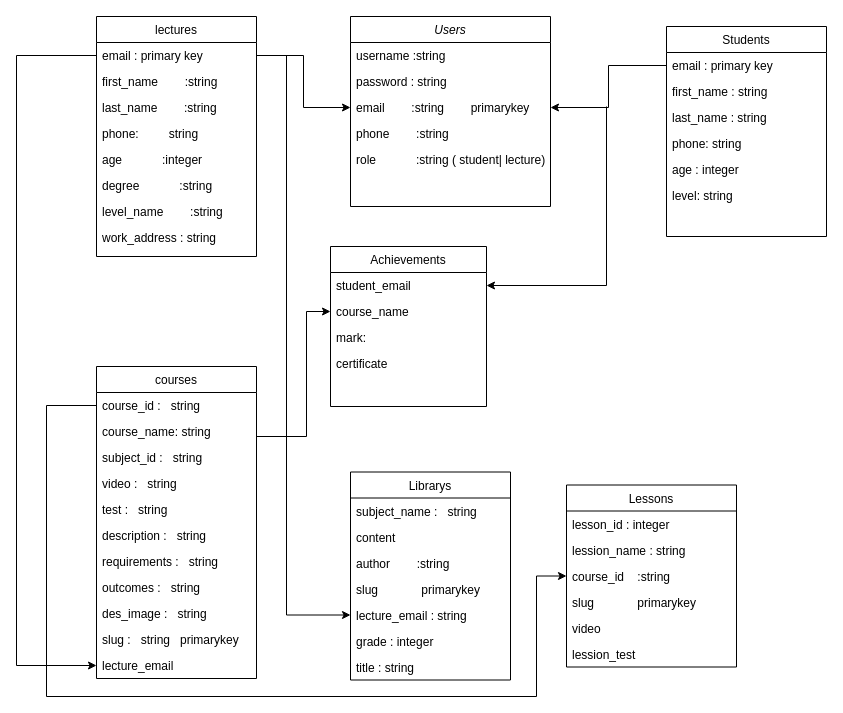
luongminh2111/Web-e-learning keeps this draw.io diagram as Untitled Diagram.drawio. Above is the earlier version. Source tidied: cells renumbered, new cells numbered last; positions are measured from the earlier drawing's top-left corner, leaving out a move shared by most shapes. Both pictures are drawn from the tidied source at 100%, with x=0, y=0 at pixel (16, 16).
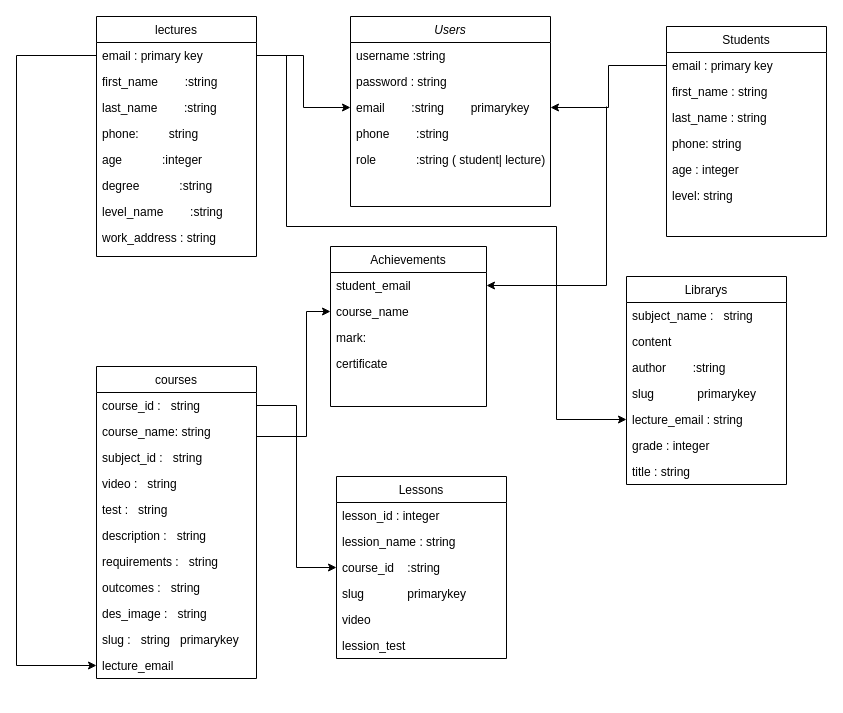
The same page after the edit.

The change refers to these unchanged cells:
```xml
<mxCell id="16" value="course_id :   string" style="text;align=left;verticalAlign=top;spacingLeft=4;spacingRight=4;overflow=hidden;points=[[0,0.5],[1,0.5]];portConstraint=eastwest;" parent="15" vertex="1">
  <mxGeometry y="26" width="160" height="26" as="geometry" />
</mxCell>
<mxCell id="28" value="email : primary key" style="text;align=left;verticalAlign=top;spacingLeft=4;spacingRight=4;overflow=hidden;points=[[0,0.5],[1,0.5]];portConstraint=eastwest;" parent="27" vertex="1">
  <mxGeometry y="26" width="160" height="26" as="geometry" />
</mxCell>
<mxCell id="43" value="lecture_email : string" style="text;align=left;verticalAlign=top;spacingLeft=4;spacingRight=4;overflow=hidden;points=[[0,0.5],[1,0.5]];portConstraint=eastwest;" parent="38" vertex="1">
  <mxGeometry y="130" width="160" height="26" as="geometry" />
</mxCell>
<mxCell id="49" value="course_id    :string" style="text;align=left;verticalAlign=top;spacingLeft=4;spacingRight=4;overflow=hidden;points=[[0,0.5],[1,0.5]];portConstraint=eastwest;" parent="46" vertex="1">
  <mxGeometry y="78" width="170" height="26" as="geometry" />
</mxCell>
```

Change to the diagram source:
```diff
@@
     <mxCell id="38" value="Librarys" style="swimlane;fontStyle=0;align=center;verticalAlign=top;horizontal=1;startSize=26;rounded=0;shadow=0;strokeWidth=1;" parent="1" vertex="1">
-      <mxGeometry x="334" y="455.5" width="160" height="208" as="geometry" />
+      <mxGeometry x="610" y="260" width="160" height="208" as="geometry" />
     </mxCell>
@@
     <mxCell id="46" value="Lessons" style="swimlane;fontStyle=0;align=center;verticalAlign=top;horizontal=1;startSize=26;rounded=0;shadow=0;strokeWidth=1;" parent="1" vertex="1">
-      <mxGeometry x="550" y="468.5" width="170" height="182" as="geometry" />
+      <mxGeometry x="320" y="460" width="170" height="182" as="geometry" />
     </mxCell>
@@
     <mxCell id="61" style="edgeStyle=orthogonalEdgeStyle;rounded=0;jettySize=auto;html=1;entryX=0;entryY=0.5;entryDx=0;entryDy=0;" parent="1" edge="1" source="28" target="43">
       <mxGeometry relative="1" as="geometry">
         <Array as="points">
           <mxPoint x="270" y="39" />
-          <mxPoint x="270" y="599" />
+          <mxPoint x="270" y="210" />
+          <mxPoint x="540" y="210" />
+          <mxPoint x="540" y="403" />
         </Array>
       </mxGeometry>
     </mxCell>
-    <mxCell id="62" style="edgeStyle=orthogonalEdgeStyle;rounded=0;jettySize=auto;html=1;entryX=0;entryY=0.5;entryDx=0;entryDy=0;" parent="1" edge="1" source="16" target="46">
-      <mxGeometry relative="1" as="geometry">
-        <Array as="points">
-          <mxPoint x="30" y="389" />
-          <mxPoint x="30" y="680" />
-          <mxPoint x="520" y="680" />
-          <mxPoint x="520" y="560" />
-        </Array>
-      </mxGeometry>
-    </mxCell>
+    <mxCell id="63" style="edgeStyle=orthogonalEdgeStyle;rounded=0;jettySize=auto;html=1;entryX=0;entryY=0.5;entryDx=0;entryDy=0;" parent="1" edge="1" source="16" target="49">
+      <mxGeometry relative="1" as="geometry" />
+    </mxCell>
```
